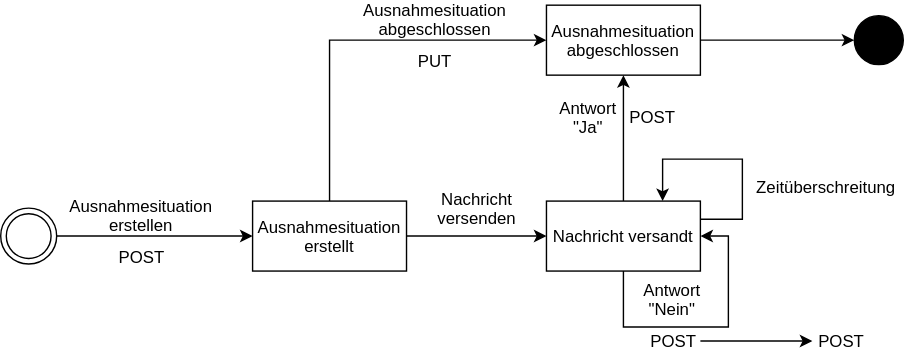
Earlier version of the draw.io export zustandsdiagramm.svg (Archi-Lab-FAE/fae-team-3-documentation). Source tidied: cells renumbered, new cells last; positions are measured from the earlier drawing's top-left corner, leaving out a move shared by most shapes.
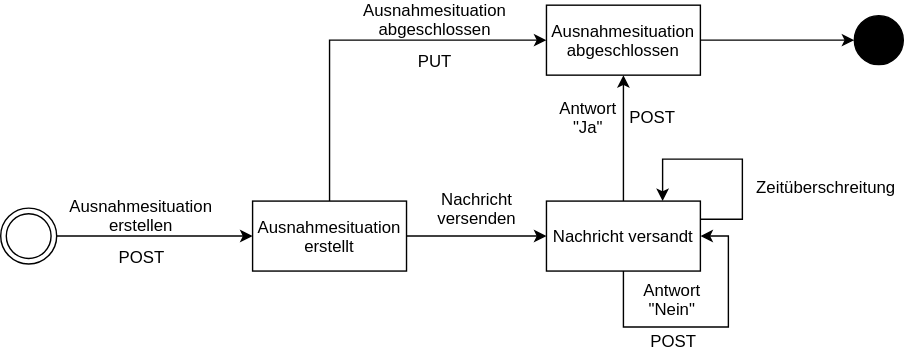
The same diagram one commit later.

Commit message:
Zustandsdiagramm angepasst

Diff of the diagram source:
```diff
@@ -60,15 +60,9 @@
     <mxCell id="17" value="Antwort &quot;Nein&quot;" style="text;html=1;strokeColor=none;fillColor=none;align=center;verticalAlign=middle;whiteSpace=wrap;rounded=0;" parent="1" vertex="1">
       <mxGeometry x="460" y="200" width="40" height="20" as="geometry" />
     </mxCell>
-    <mxCell id="18" style="edgeStyle=orthogonalEdgeStyle;rounded=0;jettySize=auto;html=1;" parent="1" edge="1" source="19" target="20">
-      <mxGeometry relative="1" as="geometry" />
-    </mxCell>
     <mxCell id="19" value="POST" style="text;html=1;strokeColor=none;fillColor=none;align=center;verticalAlign=middle;whiteSpace=wrap;rounded=0;" parent="1" vertex="1">
       <mxGeometry x="460" y="230" width="40" height="20" as="geometry" />
     </mxCell>
-    <mxCell id="20" value="POST" style="text;html=1;strokeColor=none;fillColor=none;align=center;verticalAlign=middle;whiteSpace=wrap;rounded=0;" parent="1" vertex="1">
-      <mxGeometry x="580" y="230" width="40" height="20" as="geometry" />
-    </mxCell>
     <mxCell id="21" style="edgeStyle=orthogonalEdgeStyle;rounded=0;orthogonalLoop=1;jettySize=auto;html=1;exitX=1;exitY=0.25;exitDx=0;exitDy=0;entryX=0.75;entryY=0;entryDx=0;entryDy=0;" parent="1" edge="1" source="10" target="10">
       <mxGeometry relative="1" as="geometry">
         <Array as="points">
```
